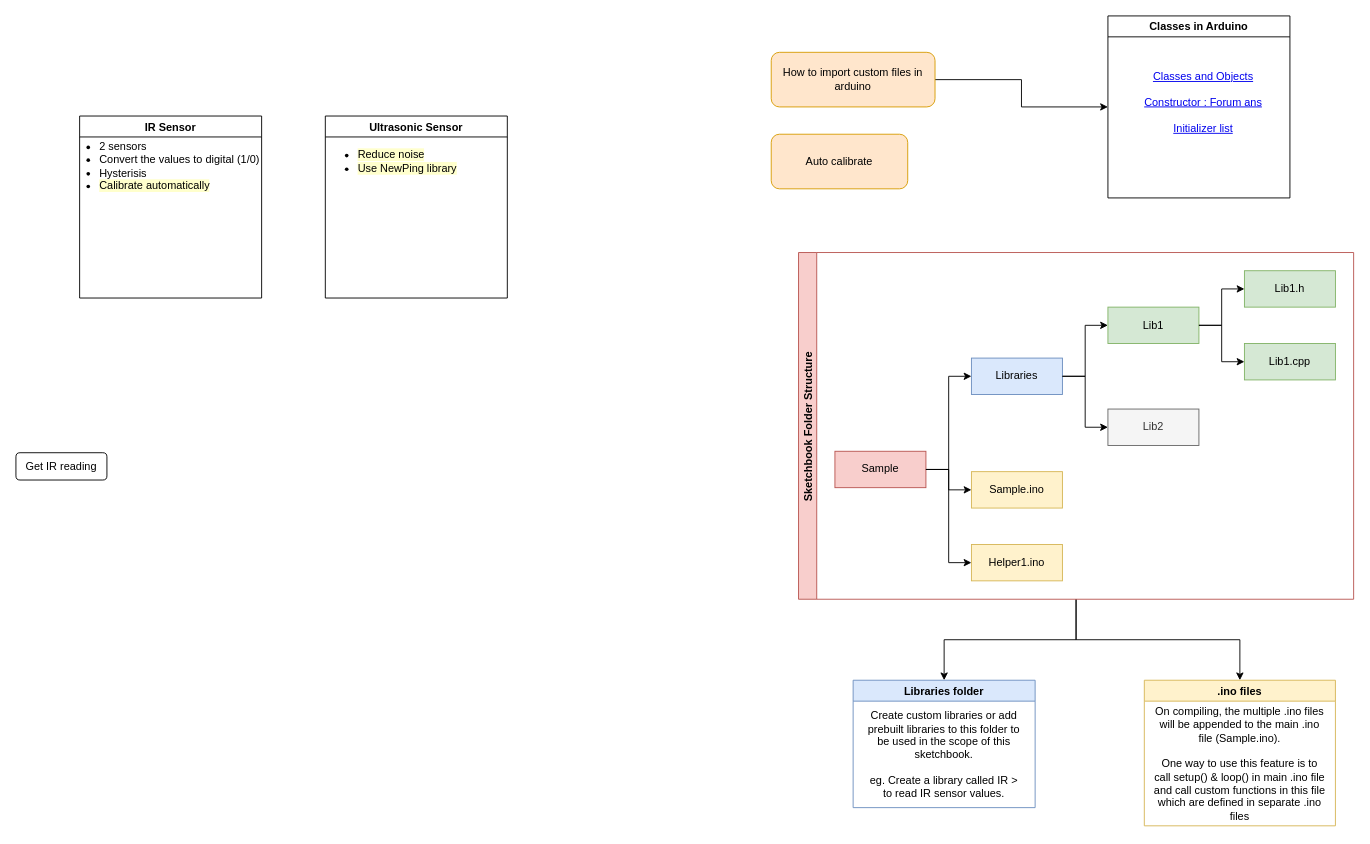
The draw.io diagram Code/Code Flow.drawio in nivalf/Hubris_navigator_manipulator_robot, before the edit. Source tidied: cells renumbered, new cells numbered last; positions are measured from the earlier drawing's top-left corner, leaving out a move shared by most shapes. Both pictures are drawn from the tidied source at 91%, with x=0, y=0 at pixel (15, 15).
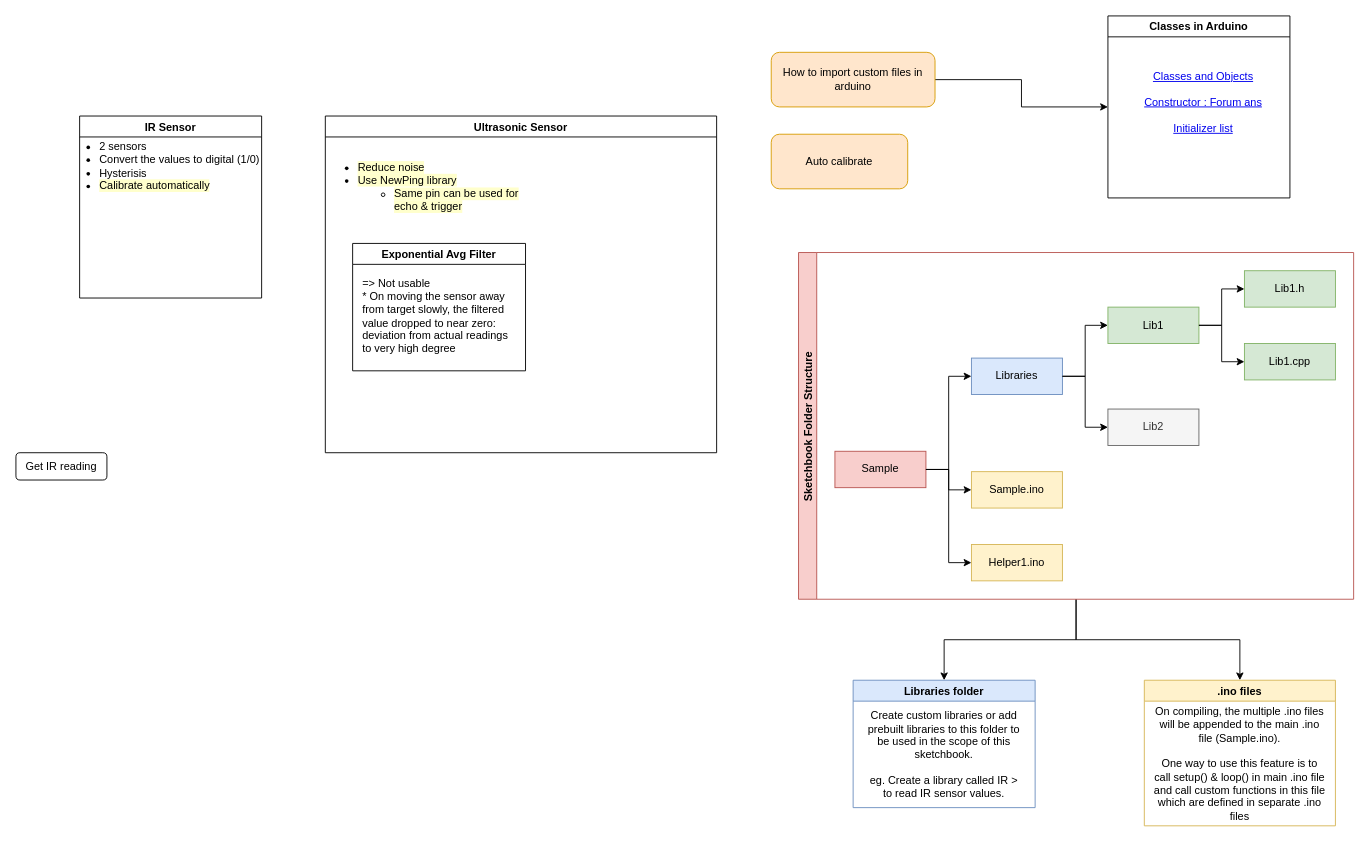
The same diagram, later.

Diff of the diagram source:
```diff
@@
     <mxCell id="4" value="Ultrasonic Sensor" style="swimlane;" parent="1" vertex="1">
-      <mxGeometry x="340" y="110" width="200" height="200" as="geometry" />
+      <mxGeometry x="340" y="110" width="430" height="370" as="geometry" />
     </mxCell>
-    <mxCell id="5" value="&lt;ul&gt;&lt;li&gt;&lt;span style=&quot;background-color: rgb(255, 255, 204);&quot;&gt;Reduce noise&lt;/span&gt;&lt;/li&gt;&lt;li&gt;&lt;span style=&quot;background-color: rgb(255, 255, 204);&quot;&gt;Use NewPing library&lt;/span&gt;&lt;/li&gt;&lt;/ul&gt;" style="text;html=1;strokeColor=none;fillColor=none;align=left;verticalAlign=middle;whiteSpace=wrap;rounded=0;" parent="4" vertex="1">
-      <mxGeometry x="-6" y="25" width="220" height="50" as="geometry" />
+    <mxCell id="5" value="&lt;ul&gt;&lt;li&gt;&lt;span style=&quot;background-color: rgb(255, 255, 204);&quot;&gt;Reduce noise&lt;/span&gt;&lt;/li&gt;&lt;li&gt;&lt;span style=&quot;background-color: rgb(255, 255, 204);&quot;&gt;Use NewPing library&lt;/span&gt;&lt;/li&gt;&lt;ul&gt;&lt;li&gt;&lt;span style=&quot;background-color: rgb(255, 255, 204);&quot;&gt;Same pin can be used for echo &amp;amp; trigger&lt;/span&gt;&lt;/li&gt;&lt;/ul&gt;&lt;/ul&gt;" style="text;html=1;strokeColor=none;fillColor=none;align=left;verticalAlign=middle;whiteSpace=wrap;rounded=0;" parent="4" vertex="1">
+      <mxGeometry x="-6" y="25" width="220" height="105" as="geometry" />
     </mxCell>
+    <mxCell id="34" value="Exponential Avg Filter" style="swimlane;" parent="4" vertex="1">
+      <mxGeometry x="30" y="140" width="190" height="140" as="geometry" />
+    </mxCell>
+    <mxCell id="35" value="&lt;div style=&quot;text-align: left;&quot;&gt;&lt;span style=&quot;background-color: initial;&quot;&gt;=&amp;gt; Not usable&lt;/span&gt;&lt;/div&gt;&lt;div style=&quot;text-align: left;&quot;&gt;&lt;span style=&quot;background-color: initial;&quot;&gt;* On moving the sensor away from target slowly, the filtered value dropped to near zero: deviation from actual readings to very high degree&lt;/span&gt;&lt;/div&gt;" style="text;html=1;strokeColor=none;fillColor=none;align=center;verticalAlign=middle;whiteSpace=wrap;rounded=0;" parent="34" vertex="1">
+      <mxGeometry x="10" y="30" width="170" height="100" as="geometry" />
+    </mxCell>
```
